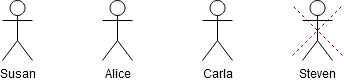
Before: Linux Filesystem test RBAC.png, a diagram exported from draw.io (Nobel-CS/RBAC_test). Source tidied: cells renumbered, new cells last; positions are measured from the earlier drawing's top-left corner, leaving out a move shared by most shapes. Source of this version:
```xml
<mxGraphModel>
  <root>
    <mxCell id="0" />
    <mxCell id="1" parent="0" />
    <mxCell id="2" value="&lt;div&gt;Alice&lt;/div&gt;" style="shape=umlActor;verticalLabelPosition=bottom;verticalAlign=top;html=1;outlineConnect=0;" parent="1" vertex="1">
      <mxGeometry x="100" width="30" height="60" as="geometry" />
    </mxCell>
    <mxCell id="3" value="Susan" style="shape=umlActor;verticalLabelPosition=bottom;verticalAlign=top;html=1;outlineConnect=0;" parent="1" vertex="1">
      <mxGeometry width="30" height="60" as="geometry" />
    </mxCell>
    <mxCell id="4" value="Carla" style="shape=umlActor;verticalLabelPosition=bottom;verticalAlign=top;html=1;outlineConnect=0;" parent="1" vertex="1">
      <mxGeometry x="200" width="30" height="60" as="geometry" />
    </mxCell>
    <mxCell id="5" value="Steven" style="shape=umlActor;verticalLabelPosition=bottom;verticalAlign=top;html=1;outlineConnect=0;" parent="1" vertex="1">
      <mxGeometry x="300" width="30" height="60" as="geometry" />
    </mxCell>
    <mxCell id="6" style="endArrow=none;dashed=1;html=1;rounded=0;fillColor=#a20025;strokeColor=#6F0000;" parent="1" edge="1">
      <mxGeometry relative="1" as="geometry">
        <mxPoint x="290" y="55" as="sourcePoint" />
        <mxPoint x="340" y="5" as="targetPoint" />
      </mxGeometry>
    </mxCell>
    <mxCell id="7" style="endArrow=none;dashed=1;html=1;rounded=0;fillColor=#a20025;strokeColor=#6F0000;" parent="1" edge="1">
      <mxGeometry relative="1" as="geometry">
        <mxPoint x="340" y="55" as="sourcePoint" />
        <mxPoint x="290" y="5" as="targetPoint" />
      </mxGeometry>
    </mxCell>
  </root>
</mxGraphModel>
```
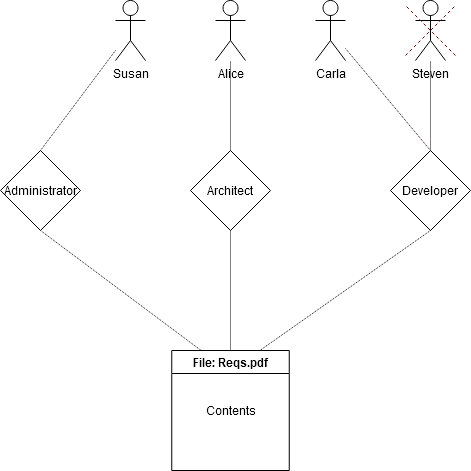
After the commit.

Diff of the diagram source:
```diff
@@ -26,5 +26,41 @@
         <mxPoint x="290" y="5" as="targetPoint" />
       </mxGeometry>
     </mxCell>
+    <mxCell id="8" value="File: Reqs.pdf" style="swimlane;whiteSpace=wrap;html=1;" parent="1" vertex="1">
+      <mxGeometry x="56.2" y="350" width="117.5" height="120" as="geometry" />
+    </mxCell>
+    <mxCell id="9" value="Contents" style="text;html=1;align=center;verticalAlign=middle;strokeColor=none;fillColor=none;" parent="8" vertex="1">
+      <mxGeometry x="23.8" y="45" width="70" height="30" as="geometry" />
+    </mxCell>
+    <mxCell id="10" style="endArrow=none;dashed=1;html=1;strokeWidth=1;rounded=0;strokeColor=#0F0000;entryX=0.5;entryY=1;entryDx=0;entryDy=0;exitX=0.25;exitY=0;exitDx=0;exitDy=0;dashPattern=1 1;" parent="1" edge="1" source="8" target="11">
+      <mxGeometry relative="1" as="geometry" />
+    </mxCell>
+    <mxCell id="11" value="Administrator" style="rhombus;whiteSpace=wrap;html=1;" parent="1" vertex="1">
+      <mxGeometry x="-115" y="150" width="80" height="80" as="geometry" />
+    </mxCell>
+    <mxCell id="12" style="rounded=0;jettySize=auto;html=1;exitX=0.5;exitY=0;exitDx=0;exitDy=0;dashed=1;dashPattern=1 1;strokeColor=#0F0000;strokeWidth=1;endArrow=none;endFill=0;" parent="1" edge="1" source="14" target="2">
+      <mxGeometry relative="1" as="geometry" />
+    </mxCell>
+    <mxCell id="13" style="edgeStyle=none;rounded=0;jettySize=auto;html=1;exitX=0.5;exitY=1;exitDx=0;exitDy=0;entryX=0.5;entryY=0;entryDx=0;entryDy=0;dashed=1;dashPattern=1 1;strokeColor=#0F0000;strokeWidth=1;endArrow=none;endFill=0;" parent="1" edge="1" source="14" target="8">
+      <mxGeometry relative="1" as="geometry" />
+    </mxCell>
+    <mxCell id="14" value="Architect" style="rhombus;whiteSpace=wrap;html=1;" parent="1" vertex="1">
+      <mxGeometry x="75" y="150" width="80" height="80" as="geometry" />
+    </mxCell>
+    <mxCell id="15" style="edgeStyle=none;rounded=0;jettySize=auto;html=1;exitX=0.5;exitY=0;exitDx=0;exitDy=0;dashed=1;dashPattern=1 1;strokeColor=#0F0000;strokeWidth=1;endArrow=none;endFill=0;" parent="1" edge="1" source="18" target="4">
+      <mxGeometry relative="1" as="geometry" />
+    </mxCell>
+    <mxCell id="16" style="edgeStyle=none;rounded=0;jettySize=auto;html=1;exitX=0.5;exitY=0;exitDx=0;exitDy=0;dashed=1;dashPattern=1 1;strokeColor=#0F0000;strokeWidth=1;endArrow=none;endFill=0;" parent="1" edge="1" source="18" target="5">
+      <mxGeometry relative="1" as="geometry" />
+    </mxCell>
+    <mxCell id="17" style="edgeStyle=none;rounded=0;jettySize=auto;html=1;exitX=0.5;exitY=1;exitDx=0;exitDy=0;entryX=0.75;entryY=0;entryDx=0;entryDy=0;dashed=1;dashPattern=1 1;strokeColor=#0F0000;strokeWidth=1;endArrow=none;endFill=0;" parent="1" edge="1" source="18" target="8">
+      <mxGeometry relative="1" as="geometry" />
+    </mxCell>
+    <mxCell id="18" value="Developer" style="rhombus;whiteSpace=wrap;html=1;" parent="1" vertex="1">
+      <mxGeometry x="275" y="150" width="80" height="80" as="geometry" />
+    </mxCell>
+    <mxCell id="19" style="endArrow=none;dashed=1;html=1;rounded=0;dashPattern=1 1;strokeColor=#0F0000;exitX=0.5;exitY=0;exitDx=0;exitDy=0;" parent="1" edge="1" source="11" target="3">
+      <mxGeometry relative="1" as="geometry" />
+    </mxCell>
   </root>
 </mxGraphModel>
```
